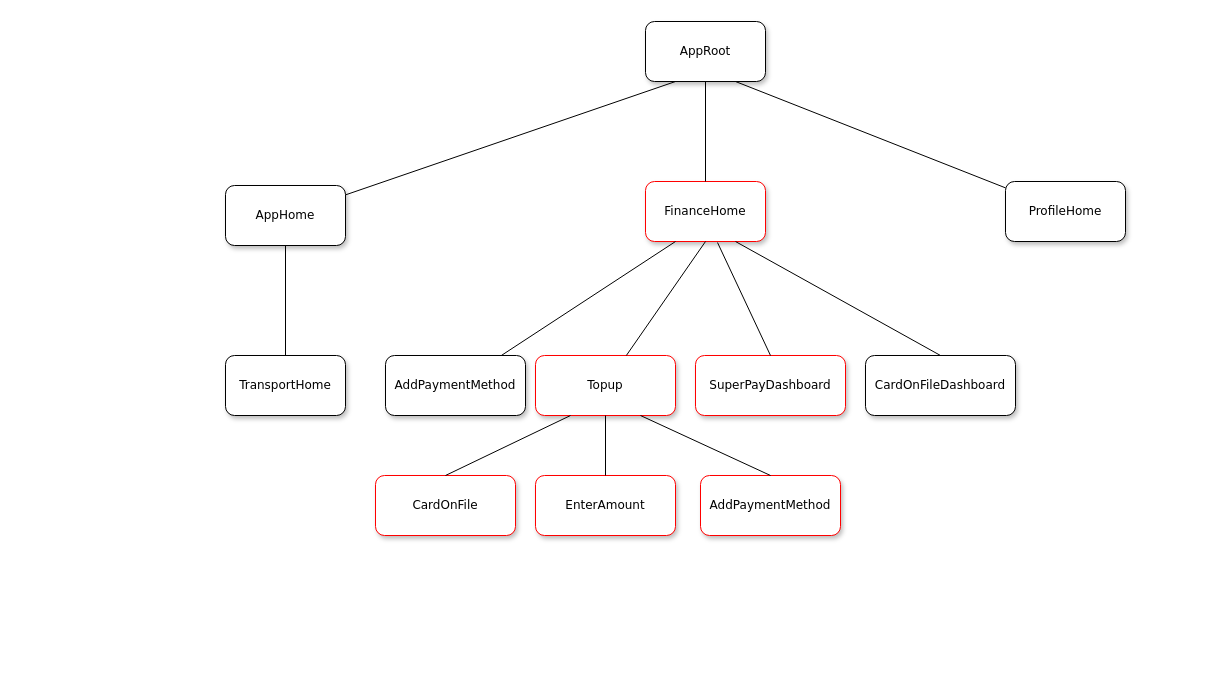
This is page "모노리틱 - RIB tree" (1 of 3) of SuperAppRIBTree.drawio from gookhee/diagrams, a draw.io file, before an edit. Source tidied: cells renumbered, new cells numbered last; positions are measured from the earlier drawing's top-left corner, leaving out a move shared by most shapes. Both pictures are drawn from the tidied source at 100%, with x=0, y=0 at pixel (225, 21).
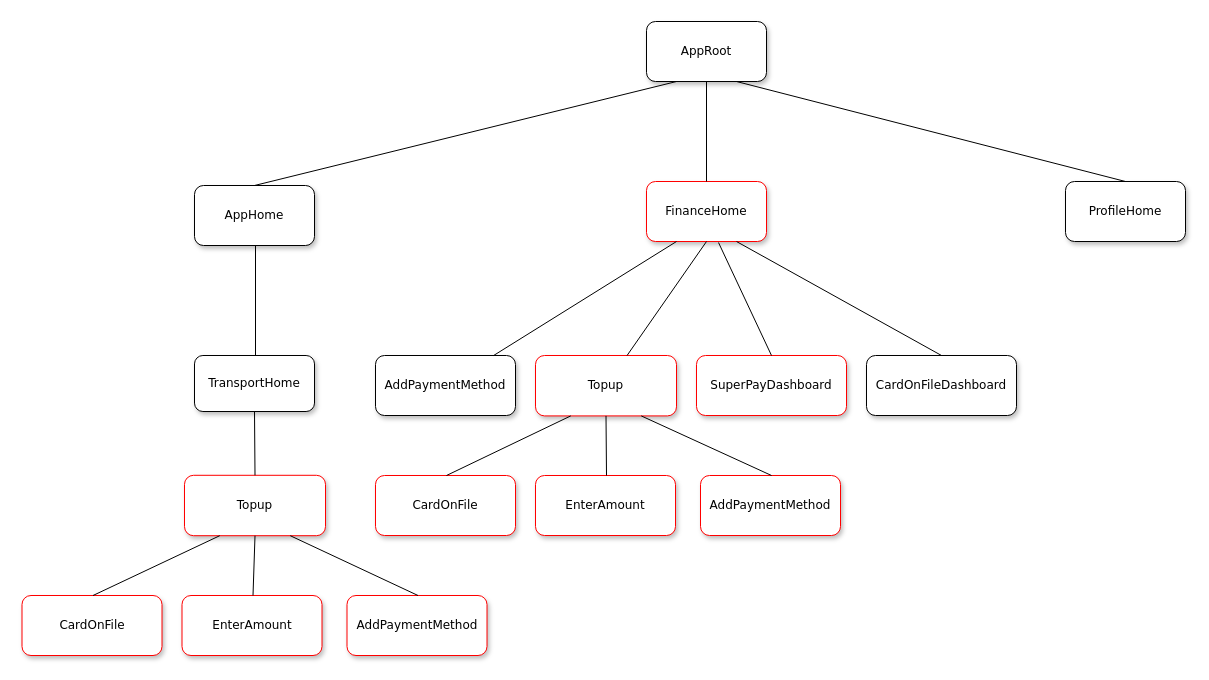
The same diagram, later.

Unchanged cells that the change refers to:
```xml
<mxCell id="21" value="&lt;span&gt;CardOnFile&lt;/span&gt;" style="whiteSpace=wrap;html=1;rounded=1;shadow=1;labelBackgroundColor=none;strokeWidth=1;fontFamily=Verdana;fontSize=12;align=center;strokeColor=#FF0000;" parent="1" vertex="1">
  <mxGeometry x="150" y="454" width="140" height="60" as="geometry" />
</mxCell>
<mxCell id="22" value="&lt;span&gt;EnterAmount&lt;/span&gt;" style="whiteSpace=wrap;html=1;rounded=1;shadow=1;labelBackgroundColor=none;strokeWidth=1;fontFamily=Verdana;fontSize=12;align=center;strokeColor=#FF0000;" parent="1" vertex="1">
  <mxGeometry x="310" y="454" width="140" height="60" as="geometry" />
</mxCell>
<mxCell id="25" value="&lt;span&gt;AddPaymentMethod&lt;/span&gt;" style="whiteSpace=wrap;html=1;rounded=1;shadow=1;labelBackgroundColor=none;strokeWidth=1;fontFamily=Verdana;fontSize=12;align=center;strokeColor=#FF0000;" parent="1" vertex="1">
  <mxGeometry x="475" y="454" width="140" height="60" as="geometry" />
</mxCell>
```

The edit, as a diff of the source:
```diff
@@
     <mxCell id="2" value="AppRoot" style="whiteSpace=wrap;html=1;rounded=1;shadow=1;labelBackgroundColor=none;strokeWidth=1;fontFamily=Verdana;fontSize=12;align=center;" parent="1" vertex="1">
-      <mxGeometry x="420" width="120" height="60" as="geometry" />
+      <mxGeometry x="421" width="120" height="60" as="geometry" />
     </mxCell>
     <mxCell id="3" value="&lt;span&gt;TransportHome&lt;/span&gt;" style="whiteSpace=wrap;html=1;rounded=1;shadow=1;labelBackgroundColor=none;strokeWidth=1;fontFamily=Verdana;fontSize=12;align=center;" parent="1" vertex="1">
-      <mxGeometry y="334" width="120" height="60" as="geometry" />
+      <mxGeometry x="-31" y="334" width="120" height="56" as="geometry" />
     </mxCell>
-    <mxCell id="4" style="rounded=0;html=1;labelBackgroundColor=none;startArrow=none;startFill=0;startSize=5;endArrow=none;endFill=0;endSize=5;jettySize=auto;strokeWidth=1;fontFamily=Verdana;fontSize=12;exitX=0.5;exitY=1;exitDx=0;exitDy=0;" parent="1" edge="1" source="5" target="3">
-      <mxGeometry x="-0.36" y="-11" relative="1" as="geometry" />
+    <mxCell id="4" style="rounded=0;html=1;labelBackgroundColor=none;startArrow=none;startFill=0;startSize=5;endArrow=none;endFill=0;endSize=5;jettySize=auto;orthogonalLoop=1;strokeWidth=1;fontFamily=Verdana;fontSize=12;exitX=0.5;exitY=1;exitDx=0;exitDy=0;" parent="1" edge="1">
+      <mxGeometry x="-0.36" y="-11" relative="1" as="geometry">
+        <mxPoint x="30" y="224" as="sourcePoint" />
+        <mxPoint x="30" y="334" as="targetPoint" />
+      </mxGeometry>
     </mxCell>
     <mxCell id="5" value="AppHome" style="whiteSpace=wrap;html=1;rounded=1;shadow=1;labelBackgroundColor=none;strokeWidth=1;fontFamily=Verdana;fontSize=12;align=center;" parent="1" vertex="1">
-      <mxGeometry y="164" width="120" height="60" as="geometry" />
+      <mxGeometry x="-31" y="164" width="120" height="60" as="geometry" />
     </mxCell>
     <mxCell id="6" value="&lt;span&gt;FinanceHome&lt;/span&gt;" style="whiteSpace=wrap;html=1;rounded=1;shadow=1;labelBackgroundColor=none;strokeWidth=1;fontFamily=Verdana;fontSize=12;align=center;strokeColor=#FF0000;" parent="1" vertex="1">
-      <mxGeometry x="420" y="160" width="120" height="60" as="geometry" />
+      <mxGeometry x="421" y="160" width="120" height="60" as="geometry" />
     </mxCell>
     <mxCell id="7" value="&lt;span&gt;AddPaymentMethod&lt;/span&gt;" style="whiteSpace=wrap;html=1;rounded=1;shadow=1;labelBackgroundColor=none;strokeWidth=1;fontFamily=Verdana;fontSize=12;align=center;" parent="1" vertex="1">
-      <mxGeometry x="160" y="334" width="140" height="60" as="geometry" />
+      <mxGeometry x="150" y="334" width="140" height="60" as="geometry" />
     </mxCell>
     <mxCell id="8" value="&lt;span&gt;ProfileHome&lt;/span&gt;" style="whiteSpace=wrap;html=1;rounded=1;shadow=1;labelBackgroundColor=none;strokeWidth=1;fontFamily=Verdana;fontSize=12;align=center;" parent="1" vertex="1">
-      <mxGeometry x="780" y="160" width="120" height="60" as="geometry" />
+      <mxGeometry x="840" y="160" width="120" height="60" as="geometry" />
     </mxCell>
-    <mxCell id="9" style="rounded=0;html=1;labelBackgroundColor=none;startArrow=none;startFill=0;startSize=5;endArrow=none;endFill=0;endSize=5;jettySize=auto;strokeWidth=1;fontFamily=Verdana;fontSize=12;exitX=0.25;exitY=1;exitDx=0;exitDy=0;" parent="1" edge="1" source="2" target="5">
+    <mxCell id="9" style="rounded=0;html=1;labelBackgroundColor=none;startArrow=none;startFill=0;startSize=5;endArrow=none;endFill=0;endSize=5;jettySize=auto;strokeWidth=1;fontFamily=Verdana;fontSize=12;exitX=0.25;exitY=1;exitDx=0;exitDy=0;entryX=0.5;entryY=0;entryDx=0;entryDy=0;" parent="1" edge="1" source="2" target="5">
       <mxGeometry x="-0.2" y="-14" relative="1" as="geometry" />
     </mxCell>
@@
-    <mxCell id="14" style="rounded=0;html=1;labelBackgroundColor=none;startArrow=none;startFill=0;startSize=5;endArrow=none;endFill=0;endSize=5;jettySize=auto;strokeWidth=1;fontFamily=Verdana;fontSize=12;exitX=0.75;exitY=1;exitDx=0;exitDy=0;" parent="1" edge="1" source="2" target="8">
+    <mxCell id="14" style="rounded=0;html=1;labelBackgroundColor=none;startArrow=none;startFill=0;startSize=5;endArrow=none;endFill=0;endSize=5;jettySize=auto;strokeWidth=1;fontFamily=Verdana;fontSize=12;exitX=0.75;exitY=1;exitDx=0;exitDy=0;entryX=0.5;entryY=0;entryDx=0;entryDy=0;" parent="1" edge="1" source="2" target="8">
       <mxGeometry x="-0.28" y="12" relative="1" as="geometry" />
     </mxCell>
     <mxCell id="15" value="SuperPayDashboard" style="whiteSpace=wrap;html=1;rounded=1;shadow=1;labelBackgroundColor=none;strokeWidth=1;fontFamily=Verdana;fontSize=12;align=center;strokeColor=#FF0000;" parent="1" vertex="1">
-      <mxGeometry x="470" y="334" width="150" height="60" as="geometry" />
+      <mxGeometry x="471" y="334" width="150" height="60" as="geometry" />
     </mxCell>
     <mxCell id="16" value="CardOnFileDashboard" style="whiteSpace=wrap;html=1;rounded=1;shadow=1;labelBackgroundColor=none;strokeWidth=1;fontFamily=Verdana;fontSize=12;align=center;" parent="1" vertex="1">
-      <mxGeometry x="640" y="334" width="150" height="60" as="geometry" />
+      <mxGeometry x="641" y="334" width="150" height="60" as="geometry" />
     </mxCell>
@@
     <mxCell id="19" value="&lt;span&gt;Topup&lt;/span&gt;" style="whiteSpace=wrap;html=1;rounded=1;shadow=1;labelBackgroundColor=none;strokeWidth=1;fontFamily=Verdana;fontSize=12;align=center;strokeColor=#FF0000;" parent="1" vertex="1">
-      <mxGeometry x="310" y="334" width="140" height="60" as="geometry" />
+      <mxGeometry x="310" y="334" width="141" height="60.4" as="geometry" />
     </mxCell>
@@
-    <mxCell id="23" style="rounded=0;html=1;labelBackgroundColor=none;startArrow=none;startFill=0;startSize=5;endArrow=none;endFill=0;endSize=5;jettySize=auto;strokeWidth=1;fontFamily=Verdana;fontSize=12;exitX=0.25;exitY=1;exitDx=0;exitDy=0;entryX=0.5;entryY=0;entryDx=0;entryDy=0;" parent="1" edge="1" source="19" target="21">
-      <mxGeometry x="-0.22" y="-14" relative="1" as="geometry" />
+    <mxCell id="23" style="rounded=0;html=1;labelBackgroundColor=none;startArrow=none;startFill=0;startSize=5;endArrow=none;endFill=0;endSize=5;jettySize=auto;strokeWidth=1;fontFamily=Verdana;fontSize=12;exitX=0.25;exitY=1;exitDx=0;exitDy=0;entryX=0.5;entryY=0;entryDx=0;entryDy=0;" parent="1" edge="1" source="19">
+      <mxGeometry x="-0.22" y="-14" relative="1" as="geometry">
+        <mxPoint x="221" y="454" as="targetPoint" />
+      </mxGeometry>
     </mxCell>
-    <mxCell id="24" style="rounded=0;html=1;labelBackgroundColor=none;startArrow=none;startFill=0;startSize=5;endArrow=none;endFill=0;endSize=5;jettySize=auto;strokeWidth=1;fontFamily=Verdana;fontSize=12;exitX=0.5;exitY=1;exitDx=0;exitDy=0;entryX=0.5;entryY=0;entryDx=0;entryDy=0;" parent="1" edge="1" source="19" target="22">
-      <mxGeometry x="-0.22" y="-14" relative="1" as="geometry" />
+    <mxCell id="24" style="rounded=0;html=1;labelBackgroundColor=none;startArrow=none;startFill=0;startSize=5;endArrow=none;endFill=0;endSize=5;jettySize=auto;strokeWidth=1;fontFamily=Verdana;fontSize=12;exitX=0.5;exitY=1;exitDx=0;exitDy=0;entryX=0.5;entryY=0;entryDx=0;entryDy=0;" parent="1" edge="1" source="19">
+      <mxGeometry x="-0.22" y="-14" relative="1" as="geometry">
+        <mxPoint x="381" y="454" as="targetPoint" />
+      </mxGeometry>
     </mxCell>
@@
-    <mxCell id="26" style="rounded=0;html=1;labelBackgroundColor=none;startArrow=none;startFill=0;startSize=5;endArrow=none;endFill=0;endSize=5;jettySize=auto;strokeWidth=1;fontFamily=Verdana;fontSize=12;exitX=0.75;exitY=1;exitDx=0;exitDy=0;entryX=0.5;entryY=0;entryDx=0;entryDy=0;" parent="1" edge="1" source="19" target="25">
-      <mxGeometry x="-0.22" y="-14" relative="1" as="geometry" />
+    <mxCell id="26" style="rounded=0;html=1;labelBackgroundColor=none;startArrow=none;startFill=0;startSize=5;endArrow=none;endFill=0;endSize=5;jettySize=auto;strokeWidth=1;fontFamily=Verdana;fontSize=12;exitX=0.75;exitY=1;exitDx=0;exitDy=0;entryX=0.5;entryY=0;entryDx=0;entryDy=0;" parent="1" edge="1" source="19">
+      <mxGeometry x="-0.22" y="-14" relative="1" as="geometry">
+        <mxPoint x="546" y="454" as="targetPoint" />
+      </mxGeometry>
     </mxCell>
+    <mxCell id="27" value="&lt;span&gt;Topup&lt;/span&gt;" style="whiteSpace=wrap;html=1;rounded=1;shadow=1;labelBackgroundColor=none;strokeWidth=1;fontFamily=Verdana;fontSize=12;align=center;strokeColor=#FF0000;" parent="1" vertex="1">
+      <mxGeometry x="-41" y="453.8" width="141" height="60.4" as="geometry" />
+    </mxCell>
+    <mxCell id="28" value="&lt;span&gt;CardOnFile&lt;/span&gt;" style="whiteSpace=wrap;html=1;rounded=1;shadow=1;labelBackgroundColor=none;strokeWidth=1;fontFamily=Verdana;fontSize=12;align=center;strokeColor=#FF0000;" parent="1" vertex="1">
+      <mxGeometry x="-203.5" y="574" width="140" height="60" as="geometry" />
+    </mxCell>
+    <mxCell id="29" value="&lt;span&gt;EnterAmount&lt;/span&gt;" style="whiteSpace=wrap;html=1;rounded=1;shadow=1;labelBackgroundColor=none;strokeWidth=1;fontFamily=Verdana;fontSize=12;align=center;strokeColor=#FF0000;" parent="1" vertex="1">
+      <mxGeometry x="-43.5" y="574" width="140" height="60" as="geometry" />
+    </mxCell>
+    <mxCell id="30" style="rounded=0;html=1;labelBackgroundColor=none;startArrow=none;startFill=0;startSize=5;endArrow=none;endFill=0;endSize=5;jettySize=auto;strokeWidth=1;fontFamily=Verdana;fontSize=12;exitX=0.25;exitY=1;exitDx=0;exitDy=0;entryX=0.5;entryY=0;entryDx=0;entryDy=0;" parent="1" edge="1" source="27">
+      <mxGeometry x="-0.22" y="-14" relative="1" as="geometry">
+        <mxPoint x="-132.5" y="574" as="targetPoint" />
+      </mxGeometry>
+    </mxCell>
+    <mxCell id="31" style="rounded=0;html=1;labelBackgroundColor=none;startArrow=none;startFill=0;startSize=5;endArrow=none;endFill=0;endSize=5;jettySize=auto;strokeWidth=1;fontFamily=Verdana;fontSize=12;exitX=0.5;exitY=1;exitDx=0;exitDy=0;entryX=0.5;entryY=0;entryDx=0;entryDy=0;" parent="1" edge="1" source="27">
+      <mxGeometry x="-0.22" y="-14" relative="1" as="geometry">
+        <mxPoint x="27.5" y="574" as="targetPoint" />
+      </mxGeometry>
+    </mxCell>
+    <mxCell id="32" value="&lt;span&gt;AddPaymentMethod&lt;/span&gt;" style="whiteSpace=wrap;html=1;rounded=1;shadow=1;labelBackgroundColor=none;strokeWidth=1;fontFamily=Verdana;fontSize=12;align=center;strokeColor=#FF0000;" parent="1" vertex="1">
+      <mxGeometry x="121.5" y="574" width="140" height="60" as="geometry" />
+    </mxCell>
+    <mxCell id="33" style="rounded=0;html=1;labelBackgroundColor=none;startArrow=none;startFill=0;startSize=5;endArrow=none;endFill=0;endSize=5;jettySize=auto;strokeWidth=1;fontFamily=Verdana;fontSize=12;exitX=0.75;exitY=1;exitDx=0;exitDy=0;entryX=0.5;entryY=0;entryDx=0;entryDy=0;" parent="1" edge="1" source="27">
+      <mxGeometry x="-0.22" y="-14" relative="1" as="geometry">
+        <mxPoint x="192.5" y="574" as="targetPoint" />
+      </mxGeometry>
+    </mxCell>
+    <mxCell id="34" style="rounded=0;html=1;labelBackgroundColor=none;startArrow=none;startFill=0;startSize=5;endArrow=none;endFill=0;endSize=5;jettySize=auto;strokeWidth=1;fontFamily=Verdana;fontSize=12;exitX=0.5;exitY=1;exitDx=0;exitDy=0;entryX=0.5;entryY=0;entryDx=0;entryDy=0;" parent="1" edge="1" source="3" target="27">
+      <mxGeometry x="-0.36" y="-11" relative="1" as="geometry" />
+    </mxCell>
```
